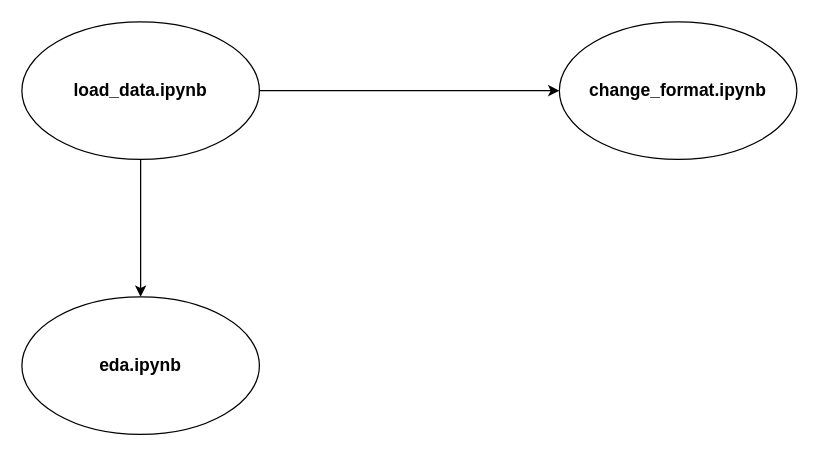
Before: notebooks_flow.drawio in vouts96/thesis-bill, a draw.io diagram. Source tidied: cells renumbered, new cells numbered last; positions are measured from the earlier drawing's top-left corner, leaving out a move shared by most shapes. Both pictures are drawn from the tidied source at 125%, with x=0, y=0 at pixel (21, 21).
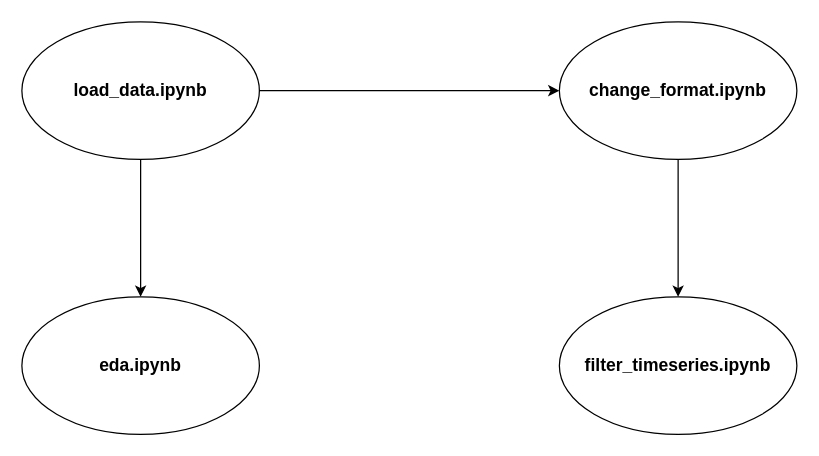
The same diagram, later.

What changed in the source:
```diff
@@
 <mxGraphModel>
   <root>
     <mxCell id="0" />
     <mxCell id="1" parent="0" />
     <mxCell id="2" style="edgeStyle=orthogonalEdgeStyle;rounded=0;jettySize=auto;html=1;entryX=0;entryY=0.5;entryDx=0;entryDy=0;" parent="1" edge="1" source="4" target="5">
       <mxGeometry relative="1" as="geometry" />
     </mxCell>
     <mxCell id="3" style="edgeStyle=orthogonalEdgeStyle;rounded=0;jettySize=auto;html=1;" parent="1" edge="1" source="4" target="6">
       <mxGeometry relative="1" as="geometry" />
     </mxCell>
     <mxCell id="4" value="&lt;b&gt;&lt;font style=&quot;font-size: 14px;&quot;&gt;load_data.ipynb&lt;/font&gt;&lt;/b&gt;" style="ellipse;whiteSpace=wrap;html=1;" parent="1" vertex="1">
       <mxGeometry width="190" height="110" as="geometry" />
     </mxCell>
+    <mxCell id="7" style="edgeStyle=orthogonalEdgeStyle;rounded=0;jettySize=auto;html=1;" parent="1" edge="1" source="5" target="8">
+      <mxGeometry relative="1" as="geometry" />
+    </mxCell>
     <mxCell id="5" value="&lt;b&gt;&lt;font style=&quot;font-size: 14px;&quot;&gt;change_format.ipynb&lt;/font&gt;&lt;/b&gt;" style="ellipse;whiteSpace=wrap;html=1;" parent="1" vertex="1">
       <mxGeometry x="430" width="190" height="110" as="geometry" />
     </mxCell>
     <mxCell id="6" value="&lt;b&gt;&lt;font style=&quot;font-size: 14px;&quot;&gt;eda.ipynb&lt;/font&gt;&lt;/b&gt;" style="ellipse;whiteSpace=wrap;html=1;" parent="1" vertex="1">
       <mxGeometry y="220" width="190" height="110" as="geometry" />
     </mxCell>
+    <mxCell id="8" value="&lt;b&gt;&lt;font style=&quot;font-size: 14px;&quot;&gt;filter_timeseries.ipynb&lt;/font&gt;&lt;/b&gt;" style="ellipse;whiteSpace=wrap;html=1;" parent="1" vertex="1">
+      <mxGeometry x="430" y="220" width="190" height="110" as="geometry" />
+    </mxCell>
   </root>
 </mxGraphModel>
```
